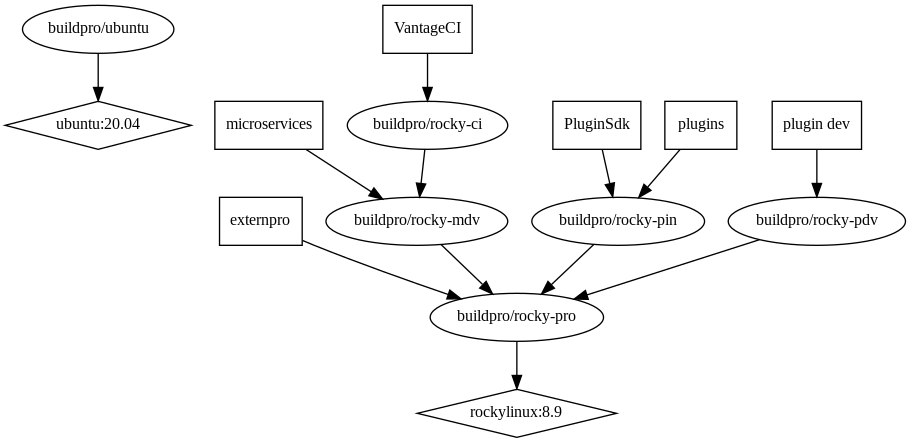
The Graphviz diagram graph/graph.png in externpro/externpro, before a commit. Its source is kept beside it as graph/graph.dot.
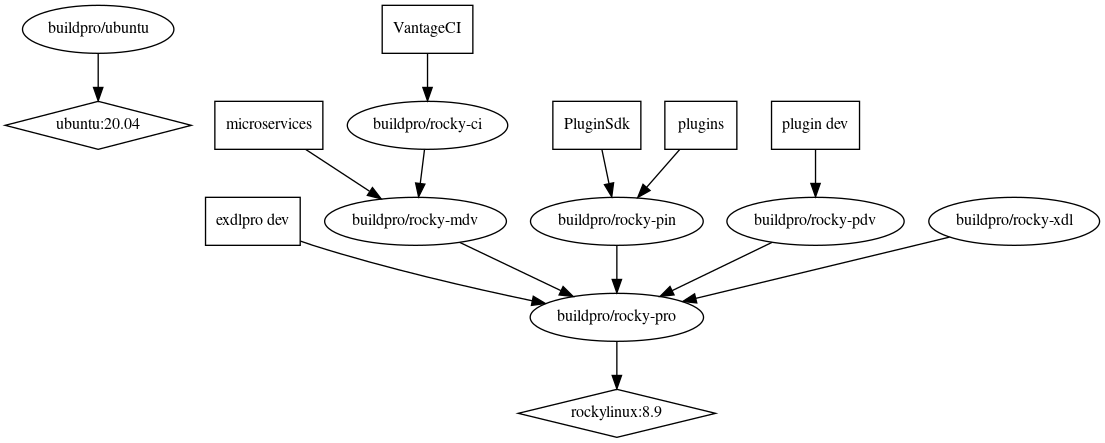
After the commit.

Commit message:
graph: exdlpro dev, buildpro/rocky-xdl

* dot -Tpng -o graph.png graph.dot
* "exdlpro dev" instead of externpro, now that smanders/externpro obe
* add buildpro/rocky-xdl image (rocky-pro + exdlpro install)
* issue https://github.com/externpro/buildpro/issues/116

The edit, as a diff of the source:
```diff
@@ -2,7 +2,7 @@
   node [fontsize=12];
   "ubuntu:20.04" [shape=diamond];
   "rockylinux:8.9" [shape=diamond];
-  "externpro" [shape=box];
+  "exdlpro dev" [shape=box];
   "PluginSdk" [shape=box];
   "plugins" [shape=box];
   "plugin dev" [shape=box];
@@ -13,8 +13,9 @@
   "buildpro/rocky-pin" -> "buildpro/rocky-pro";
   "buildpro/rocky-pdv" -> "buildpro/rocky-pro";
   "buildpro/rocky-ci" -> "buildpro/rocky-mdv";
+  "buildpro/rocky-xdl" -> "buildpro/rocky-pro";
   "buildpro/ubuntu" -> "ubuntu:20.04";
-  "externpro" -> "buildpro/rocky-pro";
+  "exdlpro dev" -> "buildpro/rocky-pro";
   "PluginSdk" -> "buildpro/rocky-pin";
   "plugins" -> "buildpro/rocky-pin";
   "plugin dev" -> "buildpro/rocky-pdv";
```
